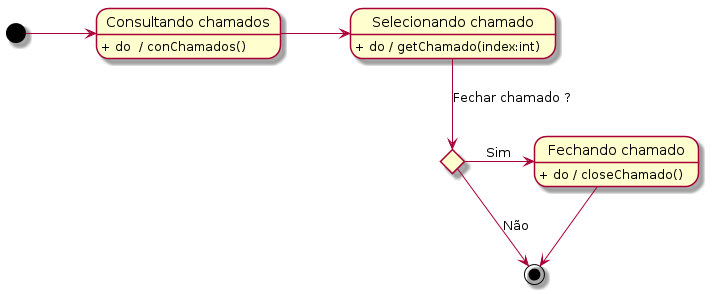
Above: doc/uml/maquina de estado/chamados_funcionario.png in VictorCarlquist/HelpMeNow (PlantUML), before the change.
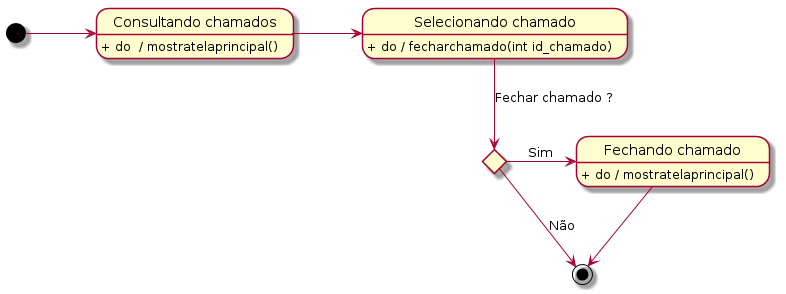
Later version of the same file.

Diff of the diagram source:
```diff
@@ -7,12 +7,12 @@
 
 
 	[*] -> consulta
-	consulta : + do  / conChamados()
+	consulta : + do  / mostratelaprincipal()
 	consulta -> seleciona
-	seleciona : + do / getChamado(index:int)
+	seleciona : + do / fecharchamado(int id_chamado)
 	seleciona --> ifopt : Fechar chamado ?
 	ifopt -> fecha : Sim
-	fecha : + do / closeChamado()
+	fecha : + do / mostratelaprincipal()
 
 	fecha -->[*]
 	ifopt --> [*] : Não
```
